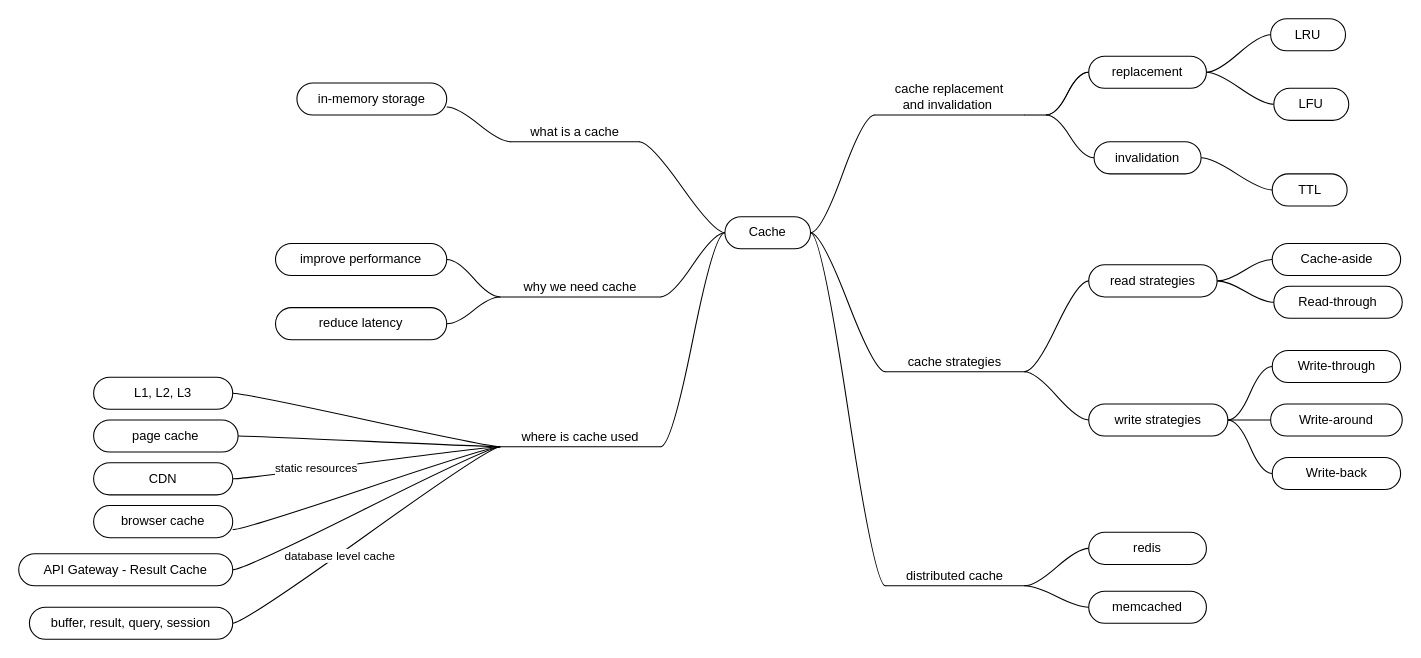
This is Caching Concepts.drawio from sameermeher/mindmaps, a draw.io file, before an edit. Source tidied: cells renumbered, new cells numbered last; positions are measured from the earlier drawing's top-left corner, leaving out a move shared by most shapes. Both pictures are drawn from the tidied source at 107%, with x=0, y=0 at pixel (18, 18).
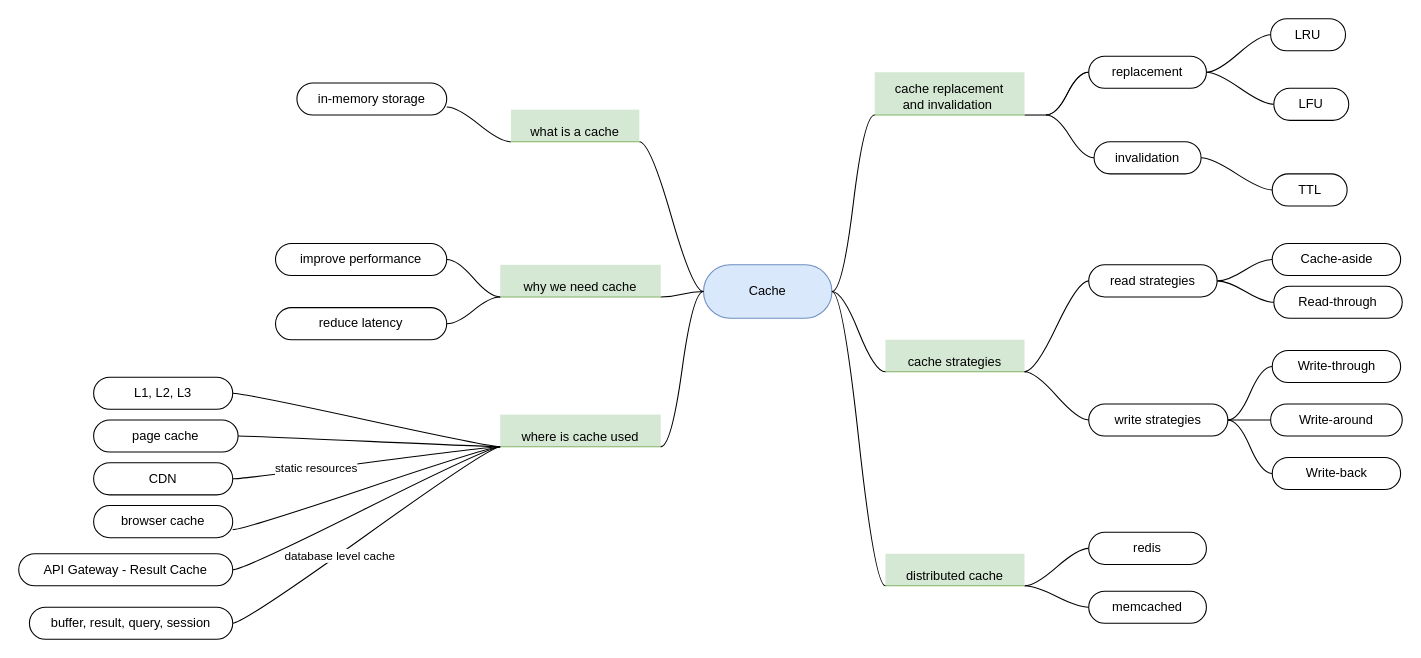
The same page after the edit.

The change refers to these unchanged cells:
```xml
<mxCell id="3" style="swimlane;startSize=20;horizontal=1;containerType=tree;strokeColor=none;fillColor=default;" parent="1" vertex="1">
  <mxGeometry x="490" y="120" width="470" height="210" as="geometry" />
</mxCell>
```

Change to the diagram source:
```diff
@@
-    <mxCell id="5" value="Cache" style="whiteSpace=wrap;html=1;rounded=1;arcSize=50;align=center;verticalAlign=middle;strokeWidth=1;spacing=4;newEdgeStyle={&quot;edgeStyle&quot;:&quot;entityRelationEdgeStyle&quot;,&quot;startArrow&quot;:&quot;none&quot;,&quot;endArrow&quot;:&quot;none&quot;,&quot;segment&quot;:10,&quot;curved&quot;:1,&quot;sourcePerimeterSpacing&quot;:0,&quot;targetPerimeterSpacing&quot;:0};" parent="3" vertex="1">
-      <mxGeometry x="170" y="65" width="80" height="30" as="geometry" />
+    <mxCell id="5" value="Cache" style="whiteSpace=wrap;html=1;rounded=1;arcSize=50;align=center;verticalAlign=middle;strokeWidth=1;spacing=4;newEdgeStyle={&quot;edgeStyle&quot;:&quot;entityRelationEdgeStyle&quot;,&quot;startArrow&quot;:&quot;none&quot;,&quot;endArrow&quot;:&quot;none&quot;,&quot;segment&quot;:10,&quot;curved&quot;:1,&quot;sourcePerimeterSpacing&quot;:0,&quot;targetPerimeterSpacing&quot;:0};fillColor=#dae8fc;strokeColor=#6c8ebf;" parent="3" vertex="1">
+      <mxGeometry x="150" y="110" width="120" height="50" as="geometry" />
     </mxCell>
-    <mxCell id="6" value="cache strategies" style="whiteSpace=wrap;html=1;shape=partialRectangle;top=0;left=0;bottom=1;right=0;points=[[0,1],[1,1]];fillColor=none;align=center;verticalAlign=bottom;routingCenterY=0.5;snapToPoint=1;newEdgeStyle={&quot;edgeStyle&quot;:&quot;entityRelationEdgeStyle&quot;,&quot;startArrow&quot;:&quot;none&quot;,&quot;endArrow&quot;:&quot;none&quot;,&quot;segment&quot;:10,&quot;curved&quot;:1,&quot;sourcePerimeterSpacing&quot;:0,&quot;targetPerimeterSpacing&quot;:0};" parent="3" vertex="1">
+    <mxCell id="6" value="cache strategies" style="whiteSpace=wrap;html=1;shape=partialRectangle;top=0;left=0;bottom=1;right=0;points=[[0,1],[1,1]];fillColor=#d5e8d4;align=center;verticalAlign=bottom;routingCenterY=0.5;snapToPoint=1;newEdgeStyle={&quot;edgeStyle&quot;:&quot;entityRelationEdgeStyle&quot;,&quot;startArrow&quot;:&quot;none&quot;,&quot;endArrow&quot;:&quot;none&quot;,&quot;segment&quot;:10,&quot;curved&quot;:1,&quot;sourcePerimeterSpacing&quot;:0,&quot;targetPerimeterSpacing&quot;:0};strokeColor=#82b366;" parent="3" vertex="1">
       <mxGeometry x="320" y="180" width="130" height="30" as="geometry" />
     </mxCell>
@@
-    <mxCell id="8" value="why we need cache" style="whiteSpace=wrap;html=1;shape=partialRectangle;top=0;left=0;bottom=1;right=0;points=[[0,1],[1,1]];fillColor=none;align=center;verticalAlign=bottom;routingCenterY=0.5;snapToPoint=1;newEdgeStyle={&quot;edgeStyle&quot;:&quot;entityRelationEdgeStyle&quot;,&quot;startArrow&quot;:&quot;none&quot;,&quot;endArrow&quot;:&quot;none&quot;,&quot;segment&quot;:10,&quot;curved&quot;:1,&quot;sourcePerimeterSpacing&quot;:0,&quot;targetPerimeterSpacing&quot;:0};" parent="3" vertex="1">
+    <mxCell id="8" value="why we need cache" style="whiteSpace=wrap;html=1;shape=partialRectangle;top=0;left=0;bottom=1;right=0;points=[[0,1],[1,1]];fillColor=#d5e8d4;align=center;verticalAlign=bottom;routingCenterY=0.5;snapToPoint=1;newEdgeStyle={&quot;edgeStyle&quot;:&quot;entityRelationEdgeStyle&quot;,&quot;startArrow&quot;:&quot;none&quot;,&quot;endArrow&quot;:&quot;none&quot;,&quot;segment&quot;:10,&quot;curved&quot;:1,&quot;sourcePerimeterSpacing&quot;:0,&quot;targetPerimeterSpacing&quot;:0};strokeColor=#82b366;" parent="3" vertex="1">
       <mxGeometry x="-40" y="110" width="150" height="30" as="geometry" />
     </mxCell>
@@
-    <mxCell id="29" value="cache replacement &lt;br&gt;and invalidation&amp;nbsp;" style="whiteSpace=wrap;html=1;shape=partialRectangle;top=0;left=0;bottom=1;right=0;points=[[0,1],[1,1]];fillColor=none;align=center;verticalAlign=bottom;routingCenterY=0.5;snapToPoint=1;newEdgeStyle={&quot;edgeStyle&quot;:&quot;entityRelationEdgeStyle&quot;,&quot;startArrow&quot;:&quot;none&quot;,&quot;endArrow&quot;:&quot;none&quot;,&quot;segment&quot;:10,&quot;curved&quot;:1,&quot;sourcePerimeterSpacing&quot;:0,&quot;targetPerimeterSpacing&quot;:0};" parent="1" vertex="1">
+    <mxCell id="29" value="cache replacement &lt;br&gt;and invalidation&amp;nbsp;" style="whiteSpace=wrap;html=1;shape=partialRectangle;top=0;left=0;bottom=1;right=0;points=[[0,1],[1,1]];fillColor=#d5e8d4;align=center;verticalAlign=bottom;routingCenterY=0.5;snapToPoint=1;newEdgeStyle={&quot;edgeStyle&quot;:&quot;entityRelationEdgeStyle&quot;,&quot;startArrow&quot;:&quot;none&quot;,&quot;endArrow&quot;:&quot;none&quot;,&quot;segment&quot;:10,&quot;curved&quot;:1,&quot;sourcePerimeterSpacing&quot;:0,&quot;targetPerimeterSpacing&quot;:0};strokeColor=#82b366;" parent="1" vertex="1">
       <mxGeometry x="800" y="50" width="140" height="40" as="geometry" />
     </mxCell>
@@
-    <mxCell id="41" value="what is a cache" style="whiteSpace=wrap;html=1;shape=partialRectangle;top=0;left=0;bottom=1;right=0;points=[[0,1],[1,1]];fillColor=none;align=center;verticalAlign=bottom;routingCenterY=0.5;snapToPoint=1;newEdgeStyle={&quot;edgeStyle&quot;:&quot;entityRelationEdgeStyle&quot;,&quot;startArrow&quot;:&quot;none&quot;,&quot;endArrow&quot;:&quot;none&quot;,&quot;segment&quot;:10,&quot;curved&quot;:1,&quot;sourcePerimeterSpacing&quot;:0,&quot;targetPerimeterSpacing&quot;:0};" parent="1" vertex="1">
+    <mxCell id="41" value="what is a cache" style="whiteSpace=wrap;html=1;shape=partialRectangle;top=0;left=0;bottom=1;right=0;points=[[0,1],[1,1]];fillColor=#d5e8d4;align=center;verticalAlign=bottom;routingCenterY=0.5;snapToPoint=1;newEdgeStyle={&quot;edgeStyle&quot;:&quot;entityRelationEdgeStyle&quot;,&quot;startArrow&quot;:&quot;none&quot;,&quot;endArrow&quot;:&quot;none&quot;,&quot;segment&quot;:10,&quot;curved&quot;:1,&quot;sourcePerimeterSpacing&quot;:0,&quot;targetPerimeterSpacing&quot;:0};strokeColor=#82b366;" parent="1" vertex="1">
       <mxGeometry x="460" y="85" width="120" height="30" as="geometry" />
     </mxCell>
@@
-    <mxCell id="50" value="where is cache used" style="whiteSpace=wrap;html=1;shape=partialRectangle;top=0;left=0;bottom=1;right=0;points=[[0,1],[1,1]];fillColor=none;align=center;verticalAlign=bottom;routingCenterY=0.5;snapToPoint=1;newEdgeStyle={&quot;edgeStyle&quot;:&quot;entityRelationEdgeStyle&quot;,&quot;startArrow&quot;:&quot;none&quot;,&quot;endArrow&quot;:&quot;none&quot;,&quot;segment&quot;:10,&quot;curved&quot;:1,&quot;sourcePerimeterSpacing&quot;:0,&quot;targetPerimeterSpacing&quot;:0};" parent="1" vertex="1">
+    <mxCell id="50" value="where is cache used" style="whiteSpace=wrap;html=1;shape=partialRectangle;top=0;left=0;bottom=1;right=0;points=[[0,1],[1,1]];fillColor=#d5e8d4;align=center;verticalAlign=bottom;routingCenterY=0.5;snapToPoint=1;newEdgeStyle={&quot;edgeStyle&quot;:&quot;entityRelationEdgeStyle&quot;,&quot;startArrow&quot;:&quot;none&quot;,&quot;endArrow&quot;:&quot;none&quot;,&quot;segment&quot;:10,&quot;curved&quot;:1,&quot;sourcePerimeterSpacing&quot;:0,&quot;targetPerimeterSpacing&quot;:0};strokeColor=#82b366;" parent="1" vertex="1">
       <mxGeometry x="450" y="370" width="150" height="30" as="geometry" />
     </mxCell>
@@
-    <mxCell id="61" value="distributed cache" style="whiteSpace=wrap;html=1;shape=partialRectangle;top=0;left=0;bottom=1;right=0;points=[[0,1],[1,1]];fillColor=none;align=center;verticalAlign=bottom;routingCenterY=0.5;snapToPoint=1;newEdgeStyle={&quot;edgeStyle&quot;:&quot;entityRelationEdgeStyle&quot;,&quot;startArrow&quot;:&quot;none&quot;,&quot;endArrow&quot;:&quot;none&quot;,&quot;segment&quot;:10,&quot;curved&quot;:1,&quot;sourcePerimeterSpacing&quot;:0,&quot;targetPerimeterSpacing&quot;:0};" parent="1" vertex="1">
+    <mxCell id="61" value="distributed cache" style="whiteSpace=wrap;html=1;shape=partialRectangle;top=0;left=0;bottom=1;right=0;points=[[0,1],[1,1]];fillColor=#d5e8d4;align=center;verticalAlign=bottom;routingCenterY=0.5;snapToPoint=1;newEdgeStyle={&quot;edgeStyle&quot;:&quot;entityRelationEdgeStyle&quot;,&quot;startArrow&quot;:&quot;none&quot;,&quot;endArrow&quot;:&quot;none&quot;,&quot;segment&quot;:10,&quot;curved&quot;:1,&quot;sourcePerimeterSpacing&quot;:0,&quot;targetPerimeterSpacing&quot;:0};strokeColor=#82b366;" parent="1" vertex="1">
       <mxGeometry x="810" y="500" width="130" height="30" as="geometry" />
     </mxCell>
```
